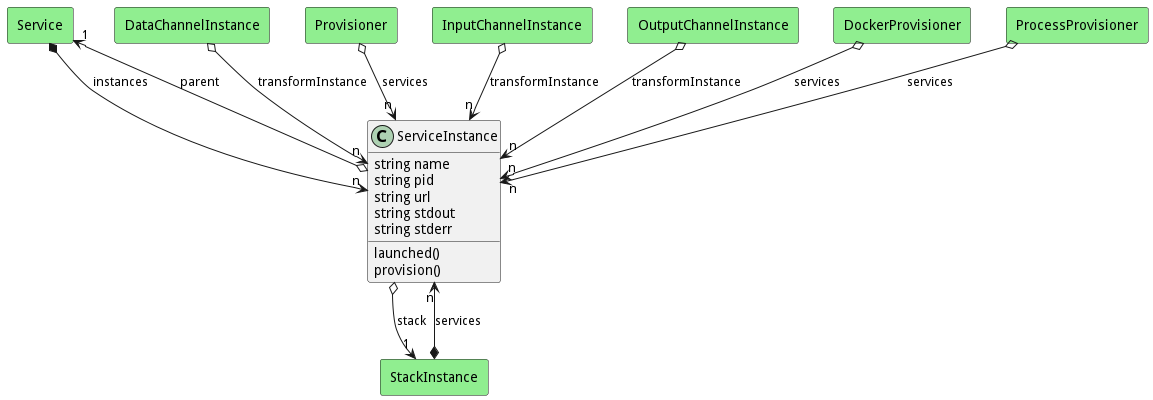
Above: docs/sabr/aml/am/models/serviceinstance/logical.png in madajaju/sabr (PlantUML), before the change.
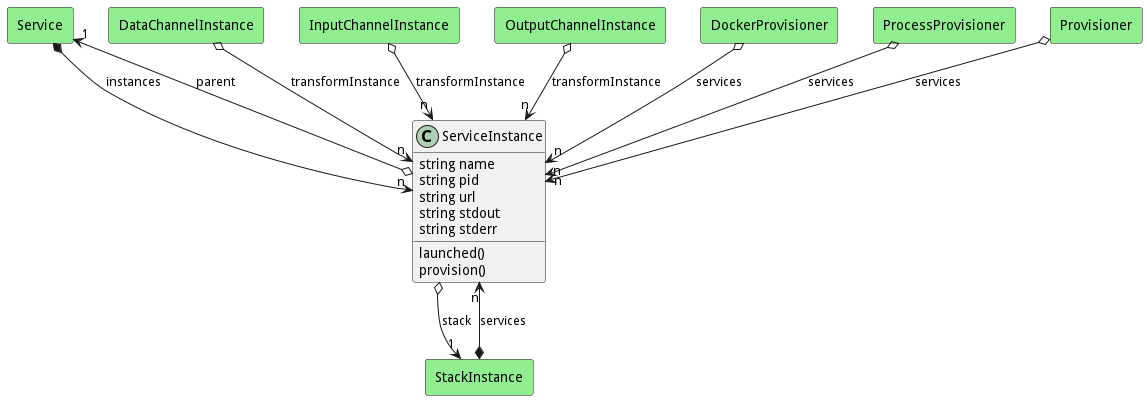
Above is the later version.

Change to the diagram source:
```diff
@@ -41,11 +41,6 @@
 
         DataChannelInstance   o--> "n" Model : "transformInstance"
 
-    rectangle "Provisioner" as Provisioner #lightgreen {
-    }
-
-        Provisioner   o--> "n" Model : "services"
-
     rectangle "InputChannelInstance" as InputChannelInstance #lightgreen {
     }
 
@@ -66,5 +61,10 @@
 
         ProcessProvisioner   o--> "n" Model : "services"
 
+    rectangle "Provisioner" as Provisioner #lightgreen {
+    }
+
+        Provisioner   o--> "n" Model : "services"
+
 
 @enduml
```
